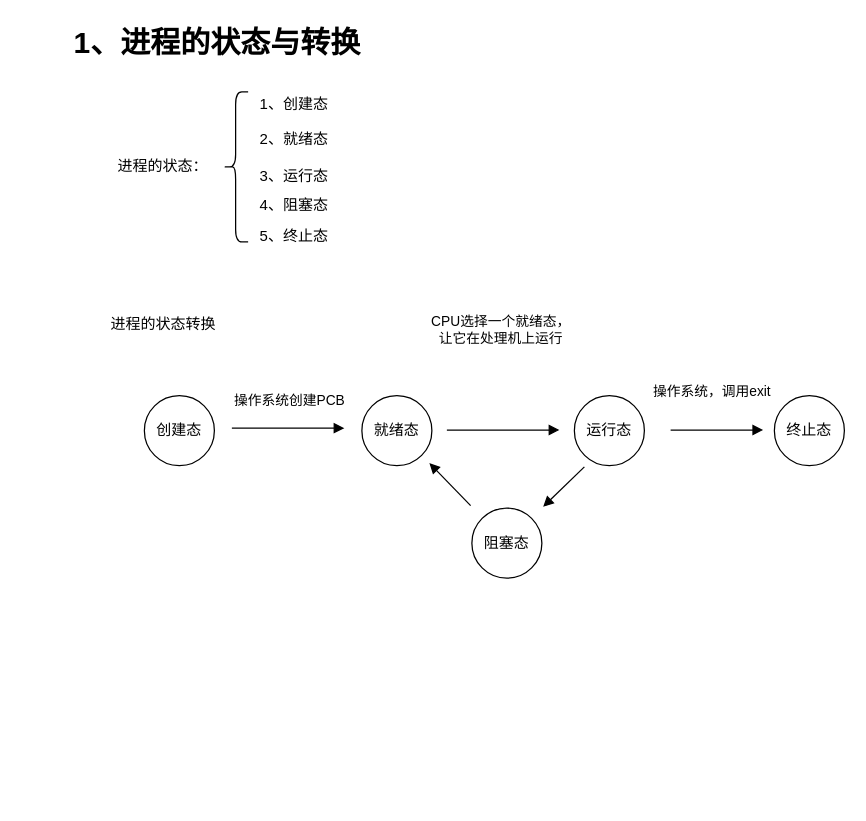
Before: 操作系统.drawio in zhongyupei666/noteFile, a draw.io diagram. Source tidied: cells renumbered, new cells numbered last; positions are measured from the earlier drawing's top-left corner, leaving out a move shared by most shapes. Both pictures are drawn from the tidied source at 125%, with x=0, y=0 at pixel (21, 21).
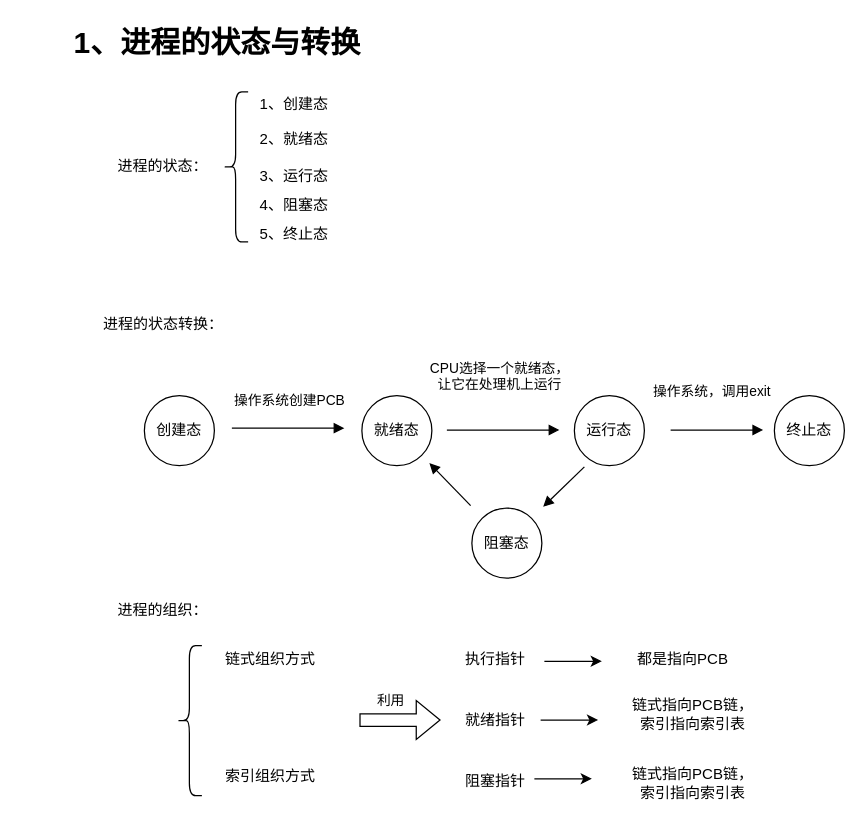
After the change.

Commit message (it also covers changes not shown here):
更新操作系统.drawio

The edit, as a diff of the source:
```diff
@@
     <mxCell id="9" value="5、终止态" style="text;html=1;align=center;verticalAlign=middle;whiteSpace=wrap;rounded=0;" parent="1" vertex="1">
-      <mxGeometry x="188" y="157" width="60" height="30" as="geometry" />
+      <mxGeometry x="188" y="155" width="60" height="30" as="geometry" />
     </mxCell>
-    <mxCell id="10" value="进程的状态转换" style="text;html=1;align=center;verticalAlign=middle;whiteSpace=wrap;rounded=0;" parent="1" vertex="1">
+    <mxCell id="10" value="进程的状态转换：" style="text;html=1;align=center;verticalAlign=middle;whiteSpace=wrap;rounded=0;" parent="1" vertex="1">
       <mxGeometry x="57.5" y="227" width="111" height="29" as="geometry" />
     </mxCell>
@@
     <mxCell id="17" value="CPU选择一个就绪态，&lt;br&gt;让它在处理机上运行" style="html=1;verticalAlign=bottom;endArrow=block;curved=0;rounded=0;" parent="1" edge="1">
-      <mxGeometry x="-0.04" y="66" relative="1" as="geometry">
+      <mxGeometry x="-0.07" y="29" relative="1" as="geometry">
         <mxPoint x="340" y="326.5" as="sourcePoint" />
         <mxPoint x="430" y="326.5" as="targetPoint" />
         <mxPoint y="1" as="offset" />
       </mxGeometry>
     </mxCell>
@@
+    <mxCell id="21" value="进程的组织：" style="text;html=1;align=center;verticalAlign=middle;whiteSpace=wrap;rounded=0;" parent="1" vertex="1">
+      <mxGeometry x="73" y="459" width="80" height="23" as="geometry" />
+    </mxCell>
+    <mxCell id="22" style="shape=curlyBracket;whiteSpace=wrap;html=1;rounded=1;labelPosition=left;verticalLabelPosition=middle;align=right;verticalAlign=middle;" parent="1" vertex="1">
+      <mxGeometry x="124" y="499" width="20" height="120" as="geometry" />
+    </mxCell>
+    <mxCell id="23" value="链式组织方式" style="text;html=1;align=center;verticalAlign=middle;whiteSpace=wrap;rounded=0;" parent="1" vertex="1">
+      <mxGeometry x="146" y="495" width="106" height="30" as="geometry" />
+    </mxCell>
+    <mxCell id="24" value="索引组织方式" style="text;html=1;align=center;verticalAlign=middle;whiteSpace=wrap;rounded=0;" parent="1" vertex="1">
+      <mxGeometry x="146" y="589" width="106" height="30" as="geometry" />
+    </mxCell>
+    <mxCell id="25" style="endArrow=classic;html=1;rounded=0;" parent="1" edge="1">
+      <mxGeometry relative="1" as="geometry">
+        <mxPoint x="418" y="511.5" as="sourcePoint" />
+        <mxPoint x="464" y="511.5" as="targetPoint" />
+      </mxGeometry>
+    </mxCell>
+    <mxCell id="26" style="endArrow=classic;html=1;rounded=0;" parent="1" edge="1">
+      <mxGeometry relative="1" as="geometry">
+        <mxPoint x="415" y="558.5" as="sourcePoint" />
+        <mxPoint x="461" y="558.5" as="targetPoint" />
+      </mxGeometry>
+    </mxCell>
+    <mxCell id="27" style="endArrow=classic;html=1;rounded=0;" parent="1" edge="1">
+      <mxGeometry relative="1" as="geometry">
+        <mxPoint x="410" y="605.5" as="sourcePoint" />
+        <mxPoint x="456" y="605.5" as="targetPoint" />
+      </mxGeometry>
+    </mxCell>
+    <mxCell id="28" value="执行指针" style="text;html=1;align=center;verticalAlign=middle;whiteSpace=wrap;rounded=0;" parent="1" vertex="1">
+      <mxGeometry x="349" y="495" width="60" height="30" as="geometry" />
+    </mxCell>
+    <mxCell id="29" value="就绪指针" style="text;html=1;align=center;verticalAlign=middle;whiteSpace=wrap;rounded=0;" parent="1" vertex="1">
+      <mxGeometry x="349" y="544" width="60" height="30" as="geometry" />
+    </mxCell>
+    <mxCell id="30" value="阻塞指针" style="text;html=1;align=center;verticalAlign=middle;whiteSpace=wrap;rounded=0;" parent="1" vertex="1">
+      <mxGeometry x="349" y="593" width="60" height="30" as="geometry" />
+    </mxCell>
+    <mxCell id="31" style="shape=flexArrow;endArrow=classic;html=1;rounded=0;" parent="1" edge="1">
+      <mxGeometry relative="1" as="geometry">
+        <mxPoint x="270" y="558.5" as="sourcePoint" />
+        <mxPoint x="335" y="558.5" as="targetPoint" />
+      </mxGeometry>
+    </mxCell>
+    <mxCell id="32" value="利用" style="edgeLabel;html=1;align=center;verticalAlign=middle;" parent="31" vertex="1">
+      <mxGeometry x="0.6" y="-7" relative="1" as="geometry">
+        <mxPoint x="-28" y="-23" as="offset" />
+      </mxGeometry>
+    </mxCell>
+    <mxCell id="33" value="都是指向PCB" style="text;html=1;align=center;verticalAlign=middle;whiteSpace=wrap;rounded=0;" parent="1" vertex="1">
+      <mxGeometry x="474" y="495" width="110" height="29" as="geometry" />
+    </mxCell>
+    <mxCell id="34" value="链式指向PCB链，索引指向索引表" style="text;html=1;align=center;verticalAlign=middle;whiteSpace=wrap;rounded=0;" parent="1" vertex="1">
+      <mxGeometry x="482" y="539" width="110" height="29" as="geometry" />
+    </mxCell>
+    <mxCell id="35" value="链式指向PCB链，索引指向索引表" style="text;html=1;align=center;verticalAlign=middle;whiteSpace=wrap;rounded=0;" parent="1" vertex="1">
+      <mxGeometry x="482" y="594" width="110" height="29" as="geometry" />
+    </mxCell>
```
